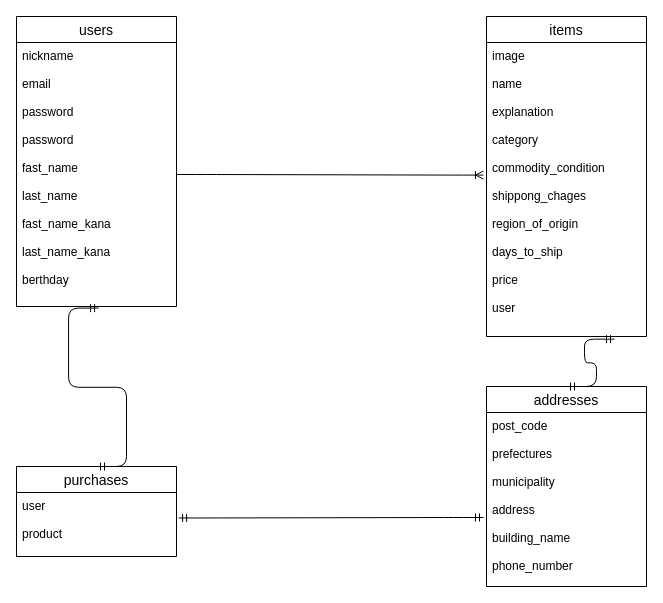
Before: furima-38390.dio in abe0105/furima-38390, a draw.io diagram. Source tidied: cells renumbered, new cells numbered last; positions are measured from the earlier drawing's top-left corner, leaving out a move shared by most shapes. Both pictures are drawn from the tidied source at 100%, with x=0, y=0 at pixel (16, 16).
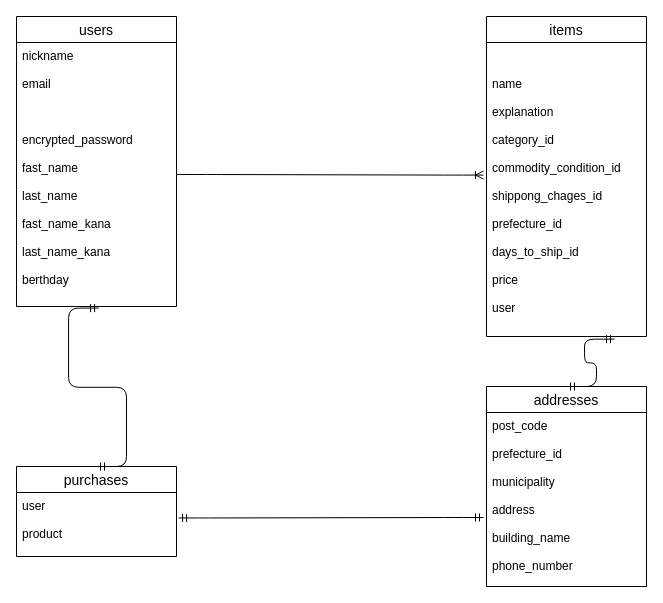
The same diagram, later.

The edit, as a diff of the source:
```diff
@@
 <mxGraphModel>
   <root>
     <mxCell id="0" />
     <mxCell id="1" parent="0" />
     <mxCell id="2" value="users" style="swimlane;fontStyle=0;horizontal=1;startSize=26;align=center;fontSize=14;" parent="1" vertex="1">
       <mxGeometry width="160" height="290" as="geometry" />
     </mxCell>
-    <mxCell id="3" value="nickname&#10;&#10;email&#10;&#10;password&#10;&#10;password&#10;&#10;fast_name&#10;&#10;last_name&#10;&#10;fast_name_kana&#10;&#10;last_name_kana&#10;&#10;berthday&#10;" style="text;strokeColor=none;fillColor=none;spacingLeft=4;spacingRight=4;overflow=hidden;points=[[0,0.5],[1,0.5]];portConstraint=eastwest;fontSize=12;" parent="2" vertex="1">
+    <mxCell id="3" value="nickname&#10;&#10;email&#10;&#10;&#10;&#10;encrypted_password&#10;&#10;fast_name&#10;&#10;last_name&#10;&#10;fast_name_kana&#10;&#10;last_name_kana&#10;&#10;berthday&#10;" style="text;strokeColor=none;fillColor=none;spacingLeft=4;spacingRight=4;overflow=hidden;points=[[0,0.5],[1,0.5]];portConstraint=eastwest;fontSize=12;" parent="2" vertex="1">
       <mxGeometry y="26" width="160" height="264" as="geometry" />
     </mxCell>
     <mxCell id="4" value="items" style="swimlane;fontStyle=0;horizontal=1;startSize=26;align=center;fontSize=14;" parent="1" vertex="1">
       <mxGeometry x="470" width="160" height="320" as="geometry" />
     </mxCell>
-    <mxCell id="5" value="image&#10;&#10;name&#10;&#10;explanation&#10;&#10;category&#10;&#10;commodity_condition&#10;&#10;shippong_chages&#10;&#10;region_of_origin&#10;&#10;days_to_ship&#10;&#10;price&#10;&#10;user" style="text;strokeColor=none;fillColor=none;spacingLeft=4;spacingRight=4;overflow=hidden;points=[[0,0.5],[1,0.5]];portConstraint=eastwest;fontSize=12;" parent="4" vertex="1">
+    <mxCell id="5" value="&#10;&#10;name&#10;&#10;explanation&#10;&#10;category_id&#10;&#10;commodity_condition_id&#10;&#10;shippong_chages_id&#10;&#10;prefecture_id&#10;&#10;days_to_ship_id&#10;&#10;price&#10;&#10;user" style="text;strokeColor=none;fillColor=none;spacingLeft=4;spacingRight=4;overflow=hidden;points=[[0,0.5],[1,0.5]];portConstraint=eastwest;fontSize=12;" parent="4" vertex="1">
       <mxGeometry y="26" width="160" height="294" as="geometry" />
     </mxCell>
     <mxCell id="6" value="addresses" style="swimlane;fontStyle=0;horizontal=1;startSize=26;align=center;fontSize=14;" parent="1" vertex="1">
       <mxGeometry x="470" y="370" width="160" height="200" as="geometry" />
     </mxCell>
-    <mxCell id="7" value="post_code&#10;&#10;prefectures&#10;&#10;municipality&#10;&#10;address&#10;&#10;building_name&#10;&#10;phone_number" style="text;strokeColor=none;fillColor=none;spacingLeft=4;spacingRight=4;overflow=hidden;fontSize=12;" parent="6" vertex="1">
+    <mxCell id="7" value="post_code&#10;&#10;prefecture_id&#10;&#10;municipality&#10;&#10;address&#10;&#10;building_name&#10;&#10;phone_number" style="text;strokeColor=none;fillColor=none;spacingLeft=4;spacingRight=4;overflow=hidden;fontSize=12;" parent="6" vertex="1">
       <mxGeometry y="26" width="160" height="174" as="geometry" />
     </mxCell>
     <mxCell id="8" value="purchases" style="swimlane;fontStyle=0;horizontal=1;startSize=26;align=center;fontSize=14;" parent="1" vertex="1">
       <mxGeometry y="450" width="160" height="90" as="geometry" />
     </mxCell>
     <mxCell id="9" value="user&#10;&#10;product" style="text;strokeColor=none;fillColor=none;spacingLeft=4;spacingRight=4;overflow=hidden;points=[[0,0.5],[1,0.5]];portConstraint=eastwest;fontSize=12;" parent="8" vertex="1">
       <mxGeometry y="26" width="160" height="64" as="geometry" />
     </mxCell>
     <mxCell id="10" style="edgeStyle=entityRelationEdgeStyle;fontSize=12;html=1;endArrow=ERoneToMany;exitX=1;exitY=0.5;exitDx=0;exitDy=0;entryX=-0.019;entryY=0.451;entryDx=0;entryDy=0;entryPerimeter=0;" parent="1" edge="1" source="3" target="5">
       <mxGeometry relative="1" as="geometry" />
     </mxCell>
     <mxCell id="11" style="edgeStyle=entityRelationEdgeStyle;fontSize=12;html=1;endArrow=ERmandOne;startArrow=ERmandOne;exitX=1.013;exitY=0.398;exitDx=0;exitDy=0;exitPerimeter=0;" parent="1" edge="1" source="9">
       <mxGeometry relative="1" as="geometry">
         <mxPoint x="467" y="501" as="targetPoint" />
       </mxGeometry>
     </mxCell>
     <mxCell id="12" style="edgeStyle=entityRelationEdgeStyle;fontSize=12;html=1;endArrow=ERmandOne;startArrow=ERmandOne;entryX=0.513;entryY=1.006;entryDx=0;entryDy=0;entryPerimeter=0;exitX=0.5;exitY=0;exitDx=0;exitDy=0;" parent="1" edge="1" source="8" target="3">
       <mxGeometry relative="1" as="geometry" />
     </mxCell>
     <mxCell id="13" style="edgeStyle=entityRelationEdgeStyle;fontSize=12;html=1;endArrow=ERmandOne;startArrow=ERmandOne;exitX=0.5;exitY=0;exitDx=0;exitDy=0;entryX=0.8;entryY=1.009;entryDx=0;entryDy=0;entryPerimeter=0;" parent="1" edge="1" source="6" target="5">
       <mxGeometry relative="1" as="geometry" />
     </mxCell>
   </root>
 </mxGraphModel>
```
